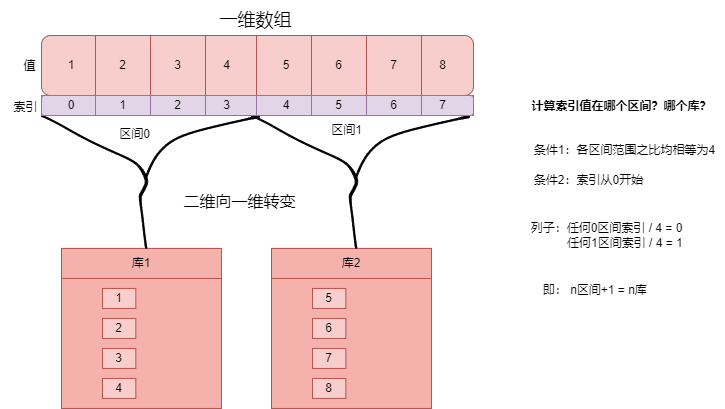
This is 分库分表1.0.drawio.png from youjizi/images, a draw.io export, as it was before one commit. Source tidied: cells renumbered, new cells last; positions are measured from the earlier drawing's top-left corner, leaving out a move shared by most shapes.
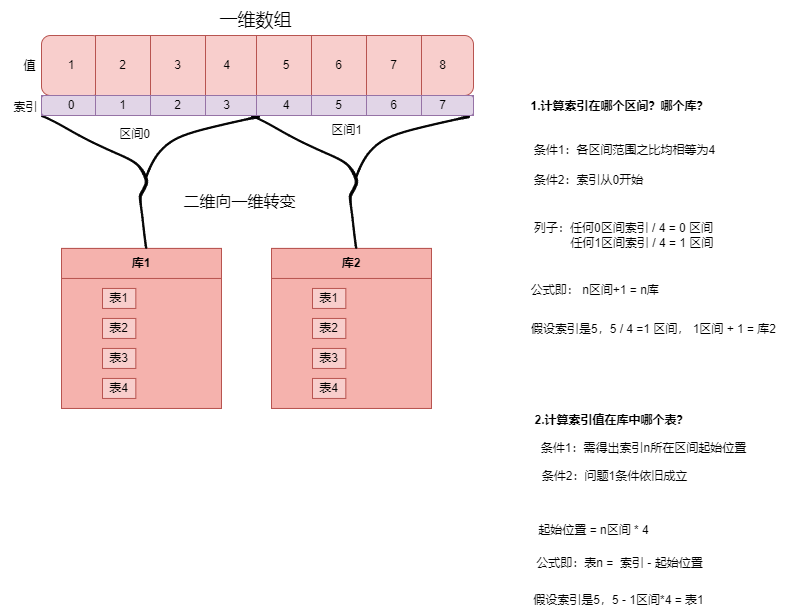
The same diagram one commit later.

Commit message:
更新分库分表1.0.drawio.png

What changed in the source:
```diff
@@ -44,19 +44,19 @@
     <mxCell id="15" style="whiteSpace=wrap;html=1;fillColor=#f5b2ad;strokeColor=#b85450;" parent="14" vertex="1">
       <mxGeometry y="30" width="160" height="130" as="geometry" />
     </mxCell>
-    <mxCell id="16" value="库1" style="rounded=0;whiteSpace=wrap;html=1;fillColor=#f5b2ad;strokeColor=#b85450;" parent="14" vertex="1">
+    <mxCell id="16" value="&lt;b&gt;库1&lt;/b&gt;" style="rounded=0;whiteSpace=wrap;html=1;fillColor=#f5b2ad;strokeColor=#b85450;" parent="14" vertex="1">
       <mxGeometry width="160" height="30" as="geometry" />
     </mxCell>
-    <mxCell id="17" value="1" style="rounded=0;whiteSpace=wrap;html=1;fillColor=#f8cecc;strokeColor=#b85450;" parent="14" vertex="1">
+    <mxCell id="17" value="表1" style="rounded=0;whiteSpace=wrap;html=1;fillColor=#f8cecc;strokeColor=#b85450;" parent="14" vertex="1">
       <mxGeometry x="41" y="40" width="33.3" height="20" as="geometry" />
     </mxCell>
-    <mxCell id="18" value="2" style="rounded=0;whiteSpace=wrap;html=1;fillColor=#f8cecc;strokeColor=#b85450;" parent="14" vertex="1">
+    <mxCell id="18" value="表2" style="rounded=0;whiteSpace=wrap;html=1;fillColor=#f8cecc;strokeColor=#b85450;" parent="14" vertex="1">
       <mxGeometry x="41" y="70" width="33.3" height="20" as="geometry" />
     </mxCell>
-    <mxCell id="19" value="3" style="rounded=0;whiteSpace=wrap;html=1;fillColor=#f8cecc;strokeColor=#b85450;" parent="14" vertex="1">
+    <mxCell id="19" value="表3" style="rounded=0;whiteSpace=wrap;html=1;fillColor=#f8cecc;strokeColor=#b85450;" parent="14" vertex="1">
       <mxGeometry x="41" y="100" width="33.3" height="20" as="geometry" />
     </mxCell>
-    <mxCell id="20" value="4" style="rounded=0;whiteSpace=wrap;html=1;fillColor=#f8cecc;strokeColor=#b85450;" parent="14" vertex="1">
+    <mxCell id="20" value="表4" style="rounded=0;whiteSpace=wrap;html=1;fillColor=#f8cecc;strokeColor=#b85450;" parent="14" vertex="1">
       <mxGeometry x="41" y="130" width="33.3" height="20" as="geometry" />
     </mxCell>
     <mxCell id="21" style="group;fillColor=#f8cecc;strokeColor=#b85450;" parent="1" vertex="1">
@@ -65,19 +65,19 @@
     <mxCell id="22" style="whiteSpace=wrap;html=1;fillColor=#f5b2ad;strokeColor=#b85450;" parent="21" vertex="1">
       <mxGeometry y="30" width="160" height="130" as="geometry" />
     </mxCell>
-    <mxCell id="23" value="库2" style="rounded=0;whiteSpace=wrap;html=1;fillColor=#f5b2ad;strokeColor=#b85450;" parent="21" vertex="1">
+    <mxCell id="23" value="&lt;b&gt;库2&lt;/b&gt;" style="rounded=0;whiteSpace=wrap;html=1;fillColor=#f5b2ad;strokeColor=#b85450;" parent="21" vertex="1">
       <mxGeometry width="160" height="30" as="geometry" />
     </mxCell>
-    <mxCell id="24" value="5" style="rounded=0;whiteSpace=wrap;html=1;fillColor=#f8cecc;strokeColor=#b85450;" parent="21" vertex="1">
+    <mxCell id="24" value="表1" style="rounded=0;whiteSpace=wrap;html=1;fillColor=#f8cecc;strokeColor=#b85450;" parent="21" vertex="1">
       <mxGeometry x="41" y="40" width="33.3" height="20" as="geometry" />
     </mxCell>
-    <mxCell id="25" value="6" style="rounded=0;whiteSpace=wrap;html=1;fillColor=#f8cecc;strokeColor=#b85450;" parent="21" vertex="1">
+    <mxCell id="25" value="表2" style="rounded=0;whiteSpace=wrap;html=1;fillColor=#f8cecc;strokeColor=#b85450;" parent="21" vertex="1">
       <mxGeometry x="41" y="70" width="33.3" height="20" as="geometry" />
     </mxCell>
-    <mxCell id="26" value="7" style="rounded=0;whiteSpace=wrap;html=1;fillColor=#f8cecc;strokeColor=#b85450;" parent="21" vertex="1">
+    <mxCell id="26" value="表3" style="rounded=0;whiteSpace=wrap;html=1;fillColor=#f8cecc;strokeColor=#b85450;" parent="21" vertex="1">
       <mxGeometry x="41" y="100" width="33.3" height="20" as="geometry" />
     </mxCell>
-    <mxCell id="27" value="8" style="rounded=0;whiteSpace=wrap;html=1;fillColor=#f8cecc;strokeColor=#b85450;" parent="21" vertex="1">
+    <mxCell id="27" value="表4" style="rounded=0;whiteSpace=wrap;html=1;fillColor=#f8cecc;strokeColor=#b85450;" parent="21" vertex="1">
       <mxGeometry x="41" y="130" width="33.3" height="20" as="geometry" />
     </mxCell>
     <mxCell id="28" style="group;" parent="1" vertex="1">
@@ -107,17 +107,17 @@
     <mxCell id="36" value="区间0" style="text;html=1;align=center;verticalAlign=middle;strokeColor=none;fillColor=none;" parent="1" vertex="1">
       <mxGeometry x="109" y="119" width="50" height="30" as="geometry" />
     </mxCell>
-    <mxCell id="37" value="&lt;b&gt;计算索引值在哪个区间？哪个库？&lt;/b&gt;" style="text;html=1;align=center;verticalAlign=middle;strokeColor=none;fillColor=none;" parent="1" vertex="1">
-      <mxGeometry x="521" y="91" width="200" height="30" as="geometry" />
+    <mxCell id="37" value="&lt;b&gt;1.计算索引在哪个区间？哪个库？&lt;/b&gt;" style="text;html=1;align=center;verticalAlign=middle;strokeColor=none;fillColor=none;" parent="1" vertex="1">
+      <mxGeometry x="519" y="91" width="200" height="30" as="geometry" />
     </mxCell>
-    <mxCell id="38" value="条件1：各区间范围之比均相等为4" style="text;html=1;align=center;verticalAlign=middle;strokeColor=none;fillColor=none;" parent="1" vertex="1">
+    <mxCell id="38" value="条件1：各区间范围之比均相等为4" style="text;html=1;align=center;verticalAlign=middle;strokeColor=none;fillColor=none;fontSize=10;" parent="1" vertex="1">
       <mxGeometry x="524" y="135" width="200" height="30" as="geometry" />
     </mxCell>
-    <mxCell id="39" value="即： n区间+1 = n库&amp;nbsp;" style="text;html=1;align=center;verticalAlign=middle;strokeColor=none;fillColor=none;" parent="1" vertex="1">
-      <mxGeometry x="531" y="275" width="130" height="30" as="geometry" />
+    <mxCell id="39" value="公式即： n区间+1 = n库&amp;nbsp;" style="text;html=1;align=center;verticalAlign=middle;strokeColor=none;fillColor=none;fontSize=10;" parent="1" vertex="1">
+      <mxGeometry x="521" y="275" width="150" height="30" as="geometry" />
     </mxCell>
-    <mxCell id="40" value="列子：任何0区间索引 / 4 = 0&lt;br&gt;&amp;nbsp; &amp;nbsp; &amp;nbsp; &amp;nbsp; &amp;nbsp; &amp;nbsp; &amp;nbsp;任何1区间索引 / 4 = 1&amp;nbsp;&amp;nbsp;" style="text;html=1;align=center;verticalAlign=middle;strokeColor=none;fillColor=none;" parent="1" vertex="1">
-      <mxGeometry x="511" y="215" width="190" height="40" as="geometry" />
+    <mxCell id="40" value="列子：任何0区间索引 / 4 = 0 区间&lt;br style=&quot;font-size: 10px;&quot;&gt;&amp;nbsp; &amp;nbsp; &amp;nbsp; &amp;nbsp; &amp;nbsp; &amp;nbsp;任何1区间索引 / 4 = 1 区间" style="text;html=1;align=center;verticalAlign=middle;strokeColor=none;fillColor=none;fontSize=10;" parent="1" vertex="1">
+      <mxGeometry x="522.5" y="215" width="200" height="40" as="geometry" />
     </mxCell>
     <mxCell id="41" style="group;rounded=1;fillColor=#e1d5e7;strokeColor=#9673a6;" parent="1" vertex="1">
       <mxGeometry x="41" y="95" width="432" height="20" as="geometry" />
@@ -158,8 +158,29 @@
     <mxCell id="53" value="索引" style="text;html=1;align=center;verticalAlign=middle;strokeColor=none;fillColor=none;" parent="1" vertex="1">
       <mxGeometry y="92" width="50" height="30" as="geometry" />
     </mxCell>
-    <mxCell id="54" value="条件2：索引从0开始" style="text;html=1;align=center;verticalAlign=middle;strokeColor=none;fillColor=none;" parent="1" vertex="1">
+    <mxCell id="54" value="条件2：索引从0开始" style="text;html=1;align=center;verticalAlign=middle;strokeColor=none;fillColor=none;fontSize=10;" parent="1" vertex="1">
       <mxGeometry x="523" y="165" width="130" height="30" as="geometry" />
     </mxCell>
+    <mxCell id="55" value="&lt;b&gt;2.计算索引值在库中哪个表？&lt;/b&gt;" style="text;html=1;align=center;verticalAlign=middle;strokeColor=none;fillColor=none;" parent="1" vertex="1">
+      <mxGeometry x="520.5" y="405" width="180" height="30" as="geometry" />
+    </mxCell>
+    <mxCell id="56" value="假设索引是5，5 - 1区间*4 = 表1" style="text;html=1;align=center;verticalAlign=middle;strokeColor=none;fillColor=none;" parent="1" vertex="1">
+      <mxGeometry x="523" y="585" width="190" height="30" as="geometry" />
+    </mxCell>
+    <mxCell id="57" value="公式即：表n =&amp;nbsp; 索引 - 起始位置" style="text;html=1;align=center;verticalAlign=middle;strokeColor=none;fillColor=none;" parent="1" vertex="1">
+      <mxGeometry x="524" y="548" width="190" height="30" as="geometry" />
+    </mxCell>
+    <mxCell id="58" value="假设索引是5，5 / 4 =1 区间， 1区间 + 1 = 库2" style="text;html=1;align=center;verticalAlign=middle;strokeColor=none;fillColor=none;" parent="1" vertex="1">
+      <mxGeometry x="517.5" y="313.9" width="270" height="30" as="geometry" />
+    </mxCell>
+    <mxCell id="59" value="条件1：需得出索引n所在区间起始位置" style="text;html=1;align=center;verticalAlign=middle;strokeColor=none;fillColor=none;" parent="1" vertex="1">
+      <mxGeometry x="528" y="433" width="230" height="30" as="geometry" />
+    </mxCell>
+    <mxCell id="60" value="条件2：问题1条件依旧成立" style="text;html=1;align=center;verticalAlign=middle;strokeColor=none;fillColor=none;" parent="1" vertex="1">
+      <mxGeometry x="529" y="461" width="170" height="30" as="geometry" />
+    </mxCell>
+    <mxCell id="61" value="起始位置 = n区间 * 4" style="text;html=1;align=center;verticalAlign=middle;strokeColor=none;fillColor=none;" parent="1" vertex="1">
+      <mxGeometry x="528" y="515" width="130" height="30" as="geometry" />
+    </mxCell>
   </root>
 </mxGraphModel>
```
